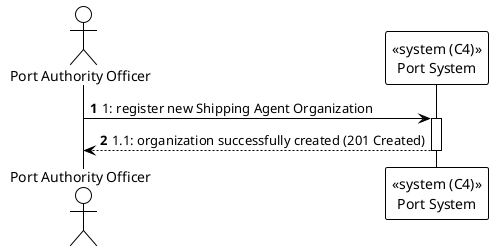
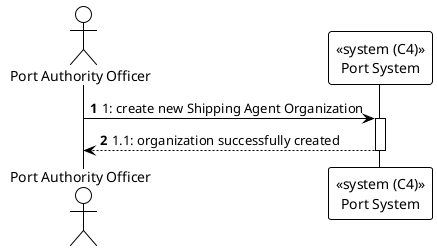
@startuml
!theme plain
autonumber

actor "Port Authority Officer" as Officer
- participant "<<system (C4)>>\nPort System" as PortSystem
+ participant "<<system (C4)>>\nPort System" as AIT

- Officer -> PortSystem : 1: register new Shipping Agent Organization
- activate PortSystem
- PortSystem --> Officer : 1.1: organization successfully created (201 Created)
- deactivate PortSystem
+ Officer -> AIT : 1: create new Shipping Agent Organization
+ activate AIT
+ AIT --> Officer : 1.1: organization successfully created
+ deactivate AIT

@enduml
